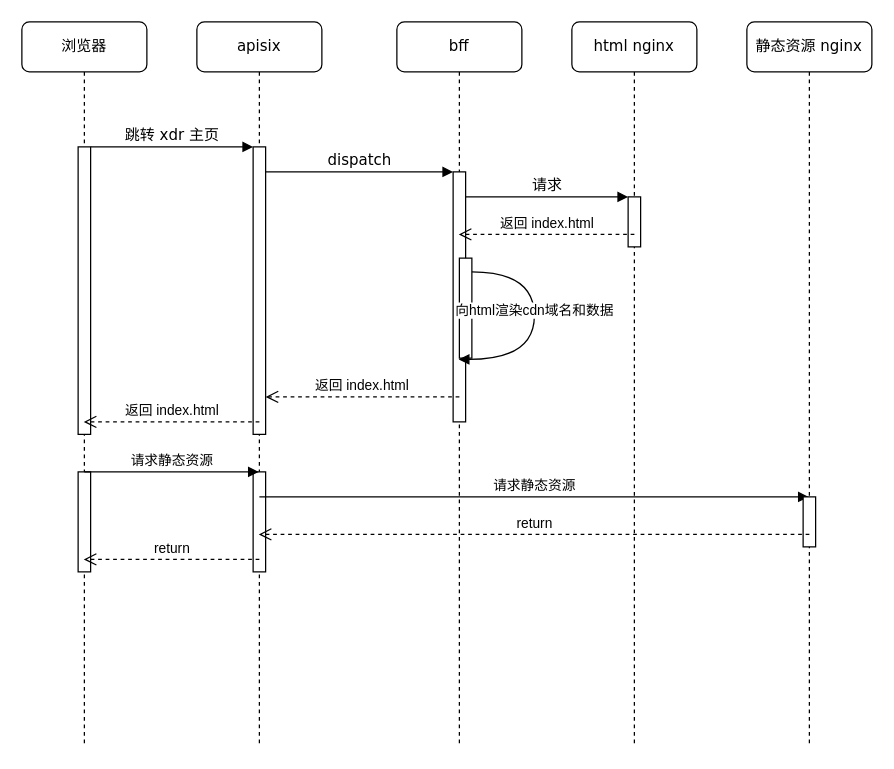
The draw.io diagram sxf-front-end-optimize-publish/saas prod 前端调用链路.drawio in doukangtai/draw.io, before the edit. Source tidied: cells renumbered, new cells numbered last; positions are measured from the earlier drawing's top-left corner, leaving out a move shared by most shapes. Both pictures are drawn from the tidied source at 125%, with x=0, y=0 at pixel (21, 21).
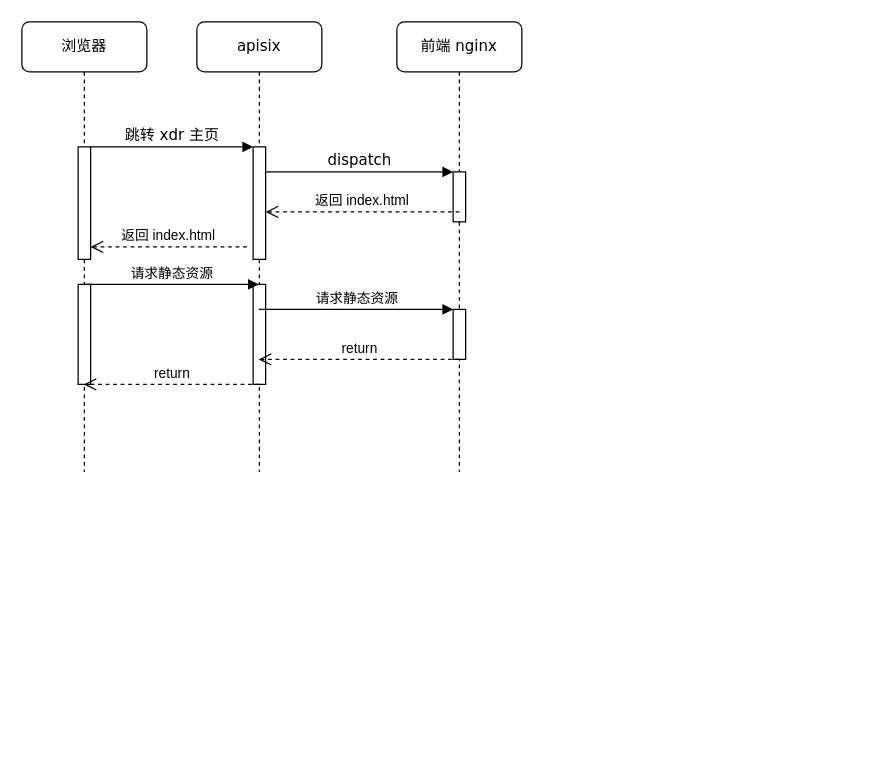
The same page after the edit.

Commit message:
V1更新saas prod 前端调用链路.drawio

The edit, as a diff of the source:
```diff
@@
     <mxCell id="2" value="apisix" style="shape=umlLifeline;perimeter=lifelinePerimeter;whiteSpace=wrap;html=1;outlineConnect=0;rounded=1;shadow=0;comic=0;labelBackgroundColor=none;strokeWidth=1;fontFamily=Verdana;fontSize=12;align=center;" parent="1" vertex="1">
-      <mxGeometry x="140" width="100" height="580" as="geometry" />
+      <mxGeometry x="140" width="100" height="360" as="geometry" />
     </mxCell>
     <mxCell id="3" style="html=1;points=[];perimeter=orthogonalPerimeter;rounded=0;shadow=0;comic=0;labelBackgroundColor=none;strokeWidth=1;fontFamily=Verdana;fontSize=12;align=center;" parent="2" vertex="1">
-      <mxGeometry x="45" y="100" width="10" height="230" as="geometry" />
+      <mxGeometry x="45" y="100" width="10" height="90" as="geometry" />
     </mxCell>
     <mxCell id="4" style="html=1;perimeter=orthogonalPerimeter;targetShapes=umlLifeline;newEdgeStyle={&quot;edgeStyle&quot;:&quot;elbowEdgeStyle&quot;,&quot;elbow&quot;:&quot;vertical&quot;,&quot;curved&quot;:0,&quot;rounded&quot;:0};" parent="2" vertex="1">
-      <mxGeometry x="45" y="360" width="10" height="80" as="geometry" />
+      <mxGeometry x="45" y="210" width="10" height="80" as="geometry" />
     </mxCell>
-    <mxCell id="5" value="请求静态资源" style="html=1;verticalAlign=bottom;endArrow=block;edgeStyle=elbowEdgeStyle;elbow=vertical;curved=0;rounded=0;" parent="2" edge="1" target="11">
-      <mxGeometry relative="1" as="geometry">
-        <mxPoint x="50" y="380" as="sourcePoint" />
-      </mxGeometry>
-    </mxCell>
-    <mxCell id="6" value="bff" style="shape=umlLifeline;perimeter=lifelinePerimeter;whiteSpace=wrap;html=1;outlineConnect=0;rounded=1;shadow=0;comic=0;labelBackgroundColor=none;strokeWidth=1;fontFamily=Verdana;fontSize=12;align=center;" parent="1" vertex="1">
-      <mxGeometry x="300" width="100" height="580" as="geometry" />
+    <mxCell id="6" value="前端 nginx" style="shape=umlLifeline;perimeter=lifelinePerimeter;whiteSpace=wrap;html=1;outlineConnect=0;rounded=1;shadow=0;comic=0;labelBackgroundColor=none;strokeWidth=1;fontFamily=Verdana;fontSize=12;align=center;" parent="1" vertex="1">
+      <mxGeometry x="300" width="100" height="360" as="geometry" />
     </mxCell>
     <mxCell id="7" style="html=1;points=[];perimeter=orthogonalPerimeter;rounded=0;shadow=0;comic=0;labelBackgroundColor=none;strokeWidth=1;fontFamily=Verdana;fontSize=12;align=center;" parent="6" vertex="1">
-      <mxGeometry x="45" y="120" width="10" height="200" as="geometry" />
+      <mxGeometry x="45" y="120" width="10" height="40" as="geometry" />
     </mxCell>
-    <mxCell id="8" style="html=1;perimeter=orthogonalPerimeter;targetShapes=umlLifeline;newEdgeStyle={&quot;edgeStyle&quot;:&quot;elbowEdgeStyle&quot;,&quot;elbow&quot;:&quot;vertical&quot;,&quot;curved&quot;:0,&quot;rounded&quot;:0};" parent="6" vertex="1">
-      <mxGeometry x="50" y="189" width="10" height="80" as="geometry" />
-    </mxCell>
-    <mxCell id="9" value="向html渲染cdn域名和数据" style="html=1;verticalAlign=bottom;endArrow=block;edgeStyle=orthogonalEdgeStyle;elbow=vertical;curved=1;" parent="6" edge="1" target="6">
-      <mxGeometry relative="1" as="geometry">
-        <mxPoint x="60" y="200" as="sourcePoint" />
-        <Array as="points">
-          <mxPoint x="110" y="200" />
-          <mxPoint x="110" y="270" />
-        </Array>
-      </mxGeometry>
-    </mxCell>
-    <mxCell id="10" value="html nginx" style="shape=umlLifeline;perimeter=lifelinePerimeter;whiteSpace=wrap;html=1;rounded=1;shadow=0;comic=0;labelBackgroundColor=none;strokeWidth=1;fontFamily=Verdana;fontSize=12;align=center;" parent="1" vertex="1">
-      <mxGeometry x="440" width="100" height="580" as="geometry" />
-    </mxCell>
-    <mxCell id="11" value="静态资源 nginx" style="shape=umlLifeline;perimeter=lifelinePerimeter;whiteSpace=wrap;html=1;outlineConnect=0;rounded=1;shadow=0;comic=0;labelBackgroundColor=none;strokeWidth=1;fontFamily=Verdana;fontSize=12;align=center;" parent="1" vertex="1">
-      <mxGeometry x="580" width="100" height="580" as="geometry" />
-    </mxCell>
-    <mxCell id="12" style="html=1;perimeter=orthogonalPerimeter;targetShapes=umlLifeline;newEdgeStyle={&quot;edgeStyle&quot;:&quot;elbowEdgeStyle&quot;,&quot;elbow&quot;:&quot;vertical&quot;,&quot;curved&quot;:0,&quot;rounded&quot;:0};" parent="11" vertex="1">
-      <mxGeometry x="45" y="380" width="10" height="40" as="geometry" />
+    <mxCell id="12" style="html=1;perimeter=orthogonalPerimeter;targetShapes=umlLifeline;newEdgeStyle={&quot;edgeStyle&quot;:&quot;elbowEdgeStyle&quot;,&quot;elbow&quot;:&quot;vertical&quot;,&quot;curved&quot;:0,&quot;rounded&quot;:0};" parent="6" vertex="1">
+      <mxGeometry x="45" y="230" width="10" height="40" as="geometry" />
     </mxCell>
+    <mxCell id="26" value="请求静态资源" style="html=1;verticalAlign=bottom;endArrow=block;edgeStyle=elbowEdgeStyle;elbow=vertical;curved=0;rounded=0;" parent="6" edge="1" source="2">
+      <mxGeometry relative="1" as="geometry">
+        <mxPoint x="45" y="230" as="targetPoint" />
+      </mxGeometry>
+    </mxCell>
     <mxCell id="13" value="浏览器" style="shape=umlLifeline;perimeter=lifelinePerimeter;whiteSpace=wrap;html=1;outlineConnect=0;rounded=1;shadow=0;comic=0;labelBackgroundColor=none;strokeWidth=1;fontFamily=Verdana;fontSize=12;align=center;" parent="1" vertex="1">
-      <mxGeometry width="100" height="580" as="geometry" />
+      <mxGeometry width="100" height="360" as="geometry" />
     </mxCell>
     <mxCell id="14" style="html=1;points=[];perimeter=orthogonalPerimeter;rounded=0;shadow=0;comic=0;labelBackgroundColor=none;strokeWidth=1;fontFamily=Verdana;fontSize=12;align=center;" parent="13" vertex="1">
-      <mxGeometry x="45" y="100" width="10" height="230" as="geometry" />
+      <mxGeometry x="45" y="100" width="10" height="90" as="geometry" />
     </mxCell>
     <mxCell id="15" style="html=1;perimeter=orthogonalPerimeter;targetShapes=umlLifeline;newEdgeStyle={&quot;edgeStyle&quot;:&quot;elbowEdgeStyle&quot;,&quot;elbow&quot;:&quot;vertical&quot;,&quot;curved&quot;:0,&quot;rounded&quot;:0};" parent="13" vertex="1">
-      <mxGeometry x="45" y="360" width="10" height="80" as="geometry" />
+      <mxGeometry x="45" y="210" width="10" height="80" as="geometry" />
     </mxCell>
-    <mxCell id="16" value="请求静态资源" style="html=1;verticalAlign=bottom;endArrow=block;edgeStyle=elbowEdgeStyle;elbow=vertical;curved=0;rounded=0;" parent="13" edge="1" target="2">
-      <mxGeometry relative="1" as="geometry">
-        <mxPoint x="50" y="360" as="sourcePoint" />
-      </mxGeometry>
-    </mxCell>
-    <mxCell id="17" style="html=1;points=[];perimeter=orthogonalPerimeter;rounded=0;shadow=0;comic=0;labelBackgroundColor=none;strokeWidth=1;fontFamily=Verdana;fontSize=12;align=center;" parent="1" vertex="1">
-      <mxGeometry x="485" y="140" width="10" height="40" as="geometry" />
-    </mxCell>
-    <mxCell id="18" value="请求" style="html=1;verticalAlign=bottom;endArrow=block;labelBackgroundColor=none;fontFamily=Verdana;fontSize=12;edgeStyle=elbowEdgeStyle;elbow=vertical;" parent="1" edge="1" source="7" target="17">
-      <mxGeometry relative="1" as="geometry">
-        <Array as="points">
-          <mxPoint x="360" y="140" />
-        </Array>
-      </mxGeometry>
-    </mxCell>
+    <mxCell id="27" value="返回 index.html" style="html=1;verticalAlign=bottom;endArrow=open;dashed=1;endSize=8;edgeStyle=elbowEdgeStyle;elbow=vertical;curved=0;rounded=0;" parent="13" edge="1">
+      <mxGeometry relative="1" as="geometry">
+        <mxPoint x="180" y="180" as="sourcePoint" />
+        <mxPoint x="55" y="180" as="targetPoint" />
+      </mxGeometry>
+    </mxCell>
+    <mxCell id="28" value="请求静态资源" style="html=1;verticalAlign=bottom;endArrow=block;edgeStyle=elbowEdgeStyle;elbow=vertical;curved=0;rounded=0;" parent="13" edge="1" target="2">
+      <mxGeometry relative="1" as="geometry">
+        <mxPoint x="50" y="210" as="sourcePoint" />
+      </mxGeometry>
+    </mxCell>
@@
-    <mxCell id="21" value="返回 index.html" style="html=1;verticalAlign=bottom;endArrow=open;dashed=1;endSize=8;edgeStyle=elbowEdgeStyle;elbow=vertical;curved=0;rounded=0;" parent="1" edge="1" target="6">
-      <mxGeometry relative="1" as="geometry">
-        <mxPoint x="490" y="170" as="sourcePoint" />
-      </mxGeometry>
-    </mxCell>
-    <mxCell id="22" value="返回 index.html" style="html=1;verticalAlign=bottom;endArrow=open;dashed=1;endSize=8;edgeStyle=elbowEdgeStyle;elbow=vertical;curved=0;rounded=0;" parent="1" edge="1" target="3">
+    <mxCell id="22" value="返回 index.html" style="html=1;verticalAlign=bottom;endArrow=open;dashed=1;endSize=8;edgeStyle=elbowEdgeStyle;elbow=vertical;curved=0;rounded=0;" parent="1" edge="1">
       <mxGeometry relative="1" as="geometry">
-        <mxPoint x="350" y="300" as="sourcePoint" />
+        <mxPoint x="350" y="152" as="sourcePoint" />
+        <mxPoint x="195" y="152" as="targetPoint" />
       </mxGeometry>
     </mxCell>
-    <mxCell id="23" value="返回 index.html" style="html=1;verticalAlign=bottom;endArrow=open;dashed=1;endSize=8;edgeStyle=elbowEdgeStyle;elbow=vertical;curved=0;rounded=0;" parent="1" edge="1" target="13">
-      <mxGeometry relative="1" as="geometry">
-        <mxPoint x="190" y="320" as="sourcePoint" />
-      </mxGeometry>
-    </mxCell>
-    <mxCell id="24" value="return" style="html=1;verticalAlign=bottom;endArrow=open;dashed=1;endSize=8;edgeStyle=elbowEdgeStyle;elbow=vertical;curved=0;rounded=0;" parent="1" edge="1" target="2">
-      <mxGeometry relative="1" as="geometry">
-        <mxPoint x="630" y="410" as="sourcePoint" />
-      </mxGeometry>
-    </mxCell>
-    <mxCell id="25" value="return" style="html=1;verticalAlign=bottom;endArrow=open;dashed=1;endSize=8;edgeStyle=elbowEdgeStyle;elbow=vertical;curved=0;rounded=0;" parent="1" edge="1" target="13">
-      <mxGeometry relative="1" as="geometry">
-        <mxPoint x="190" y="430" as="sourcePoint" />
-      </mxGeometry>
-    </mxCell>
+    <mxCell id="29" value="return" style="html=1;verticalAlign=bottom;endArrow=open;dashed=1;endSize=8;edgeStyle=elbowEdgeStyle;elbow=vertical;curved=0;rounded=0;" parent="1" edge="1" target="2">
+      <mxGeometry relative="1" as="geometry">
+        <mxPoint x="350" y="270" as="sourcePoint" />
+      </mxGeometry>
+    </mxCell>
+    <mxCell id="30" value="return" style="html=1;verticalAlign=bottom;endArrow=open;dashed=1;endSize=8;edgeStyle=elbowEdgeStyle;elbow=vertical;curved=0;rounded=0;" parent="1" edge="1" target="13">
+      <mxGeometry relative="1" as="geometry">
+        <mxPoint x="190" y="290" as="sourcePoint" />
+      </mxGeometry>
+    </mxCell>
```
